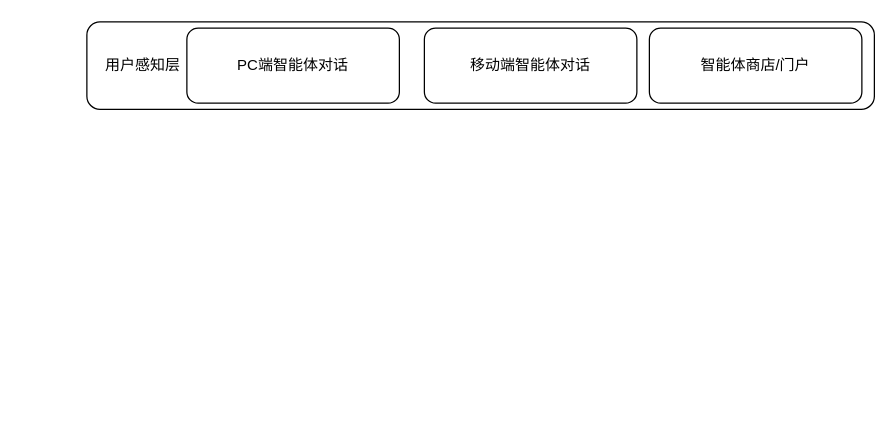
Qiuzg/fluent keeps this draw.io diagram as 瞳瞳AI.drawio. Above is the earlier version. Source tidied: cells renumbered, new cells numbered last; positions are measured from the earlier drawing's top-left corner, leaving out a move shared by most shapes. Both pictures are drawn from the tidied source at 125%, with x=0, y=0 at pixel (86, 21).
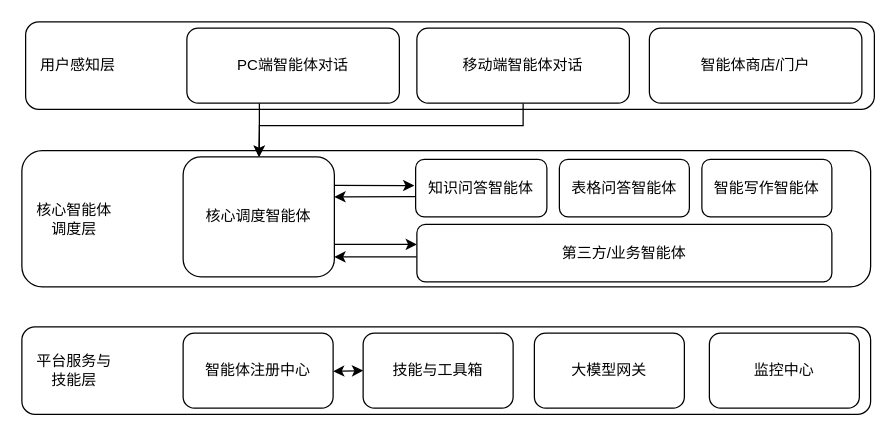
The same diagram, later.

The change refers to these unchanged cells:
```xml
<mxCell id="4" value="PC端智能体对话" style="rounded=1;whiteSpace=wrap;html=1;" parent="1" vertex="1">
  <mxGeometry x="80" y="5" width="170" height="60" as="geometry" />
</mxCell>
```

What changed in the source:
```diff
@@
+    <mxCell id="7" style="rounded=1;whiteSpace=wrap;html=1;" parent="1" vertex="1">
+      <mxGeometry x="-52" y="103" width="679" height="109" as="geometry" />
+    </mxCell>
     <mxCell id="2" style="rounded=1;whiteSpace=wrap;html=1;" parent="1" vertex="1">
-      <mxGeometry width="630" height="70" as="geometry" />
+      <mxGeometry x="-49" width="679" height="70" as="geometry" />
     </mxCell>
     <mxCell id="3" value="用户感知层" style="text;html=1;whiteSpace=wrap;strokeColor=none;fillColor=none;align=center;verticalAlign=middle;rounded=0;" parent="1" vertex="1">
-      <mxGeometry x="10" y="20" width="70" height="30" as="geometry" />
+      <mxGeometry x="-42" y="20" width="70" height="30" as="geometry" />
     </mxCell>
+    <mxCell id="8" style="edgeStyle=orthogonalEdgeStyle;rounded=0;jettySize=auto;html=1;entryX=0.5;entryY=0;entryDx=0;entryDy=0;" parent="1" edge="1" source="4" target="11">
+      <mxGeometry relative="1" as="geometry">
+        <Array as="points">
+          <mxPoint x="138" y="87" />
+          <mxPoint x="137" y="87" />
+        </Array>
+      </mxGeometry>
+    </mxCell>
@@
+    <mxCell id="9" style="edgeStyle=orthogonalEdgeStyle;rounded=0;jettySize=auto;html=1;" parent="1" edge="1" source="5" target="11">
+      <mxGeometry relative="1" as="geometry">
+        <Array as="points">
+          <mxPoint x="349" y="83" />
+          <mxPoint x="138" y="83" />
+        </Array>
+      </mxGeometry>
+    </mxCell>
     <mxCell id="5" value="移动端智能体对话" style="rounded=1;whiteSpace=wrap;html=1;" parent="1" vertex="1">
-      <mxGeometry x="270" y="5" width="170" height="60" as="geometry" />
+      <mxGeometry x="264" y="5" width="170" height="60" as="geometry" />
     </mxCell>
@@
+    <mxCell id="10" value="核心智能体调度层" style="text;html=1;whiteSpace=wrap;strokeColor=none;fillColor=none;align=center;verticalAlign=middle;rounded=0;" parent="1" vertex="1">
+      <mxGeometry x="-45" y="142.5" width="70" height="30" as="geometry" />
+    </mxCell>
+    <mxCell id="11" value="核心调度智能体" style="rounded=1;whiteSpace=wrap;html=1;" parent="1" vertex="1">
+      <mxGeometry x="77" y="108" width="121" height="96" as="geometry" />
+    </mxCell>
+    <mxCell id="12" value="知识问答智能体" style="rounded=1;whiteSpace=wrap;html=1;" parent="1" vertex="1">
+      <mxGeometry x="263" y="110" width="105" height="46" as="geometry" />
+    </mxCell>
+    <mxCell id="13" value="表格问答智能体" style="rounded=1;whiteSpace=wrap;html=1;" parent="1" vertex="1">
+      <mxGeometry x="378" y="110" width="104" height="46" as="geometry" />
+    </mxCell>
+    <mxCell id="14" value="智能写作智能体" style="rounded=1;whiteSpace=wrap;html=1;" parent="1" vertex="1">
+      <mxGeometry x="492" y="110" width="104" height="46" as="geometry" />
+    </mxCell>
+    <mxCell id="15" value="第三方/业务智能体" style="rounded=1;whiteSpace=wrap;html=1;" parent="1" vertex="1">
+      <mxGeometry x="264" y="162" width="332" height="46" as="geometry" />
+    </mxCell>
+    <mxCell id="16" style="rounded=1;whiteSpace=wrap;html=1;" parent="1" vertex="1">
+      <mxGeometry x="-52" y="244" width="679" height="70" as="geometry" />
+    </mxCell>
+    <mxCell id="17" value="平台服务与技能层" style="text;html=1;whiteSpace=wrap;strokeColor=none;fillColor=none;align=center;verticalAlign=middle;rounded=0;" parent="1" vertex="1">
+      <mxGeometry x="-45" y="264" width="70" height="30" as="geometry" />
+    </mxCell>
+    <mxCell id="18" value="智能体注册中心" style="rounded=1;whiteSpace=wrap;html=1;" parent="1" vertex="1">
+      <mxGeometry x="77" y="249" width="120" height="60" as="geometry" />
+    </mxCell>
+    <mxCell id="19" value="技能与工具箱" style="rounded=1;whiteSpace=wrap;html=1;" parent="1" vertex="1">
+      <mxGeometry x="221" y="249" width="120" height="60" as="geometry" />
+    </mxCell>
+    <mxCell id="20" value="大模型网关" style="rounded=1;whiteSpace=wrap;html=1;" parent="1" vertex="1">
+      <mxGeometry x="358" y="249" width="120" height="60" as="geometry" />
+    </mxCell>
+    <mxCell id="21" value="监控中心" style="rounded=1;whiteSpace=wrap;html=1;" parent="1" vertex="1">
+      <mxGeometry x="498" y="249" width="120" height="60" as="geometry" />
+    </mxCell>
+    <mxCell id="22" style="endArrow=classic;startArrow=classic;html=1;rounded=0;entryX=0;entryY=0.5;entryDx=0;entryDy=0;" parent="1" edge="1" target="19">
+      <mxGeometry relative="1" as="geometry">
+        <mxPoint x="197" y="279.5" as="sourcePoint" />
+      </mxGeometry>
+    </mxCell>
+    <mxCell id="23" style="endArrow=classic;html=1;rounded=0;exitX=1.003;exitY=0.237;exitDx=0;exitDy=0;exitPerimeter=0;entryX=-0.01;entryY=0.456;entryDx=0;entryDy=0;entryPerimeter=0;" parent="1" edge="1" source="11" target="12">
+      <mxGeometry relative="1" as="geometry" />
+    </mxCell>
+    <mxCell id="24" style="endArrow=classic;html=1;rounded=0;entryX=-0.01;entryY=0.456;entryDx=0;entryDy=0;entryPerimeter=0;" parent="1" edge="1">
+      <mxGeometry relative="1" as="geometry">
+        <mxPoint x="198" y="178" as="sourcePoint" />
+        <mxPoint x="264" y="178" as="targetPoint" />
+      </mxGeometry>
+    </mxCell>
+    <mxCell id="25" style="endArrow=classic;html=1;rounded=0;exitX=-0.003;exitY=0.648;exitDx=0;exitDy=0;exitPerimeter=0;" parent="1" edge="1" source="12">
+      <mxGeometry relative="1" as="geometry">
+        <mxPoint x="198" y="140" as="targetPoint" />
+      </mxGeometry>
+    </mxCell>
+    <mxCell id="26" style="endArrow=classic;html=1;rounded=0;exitX=-0.001;exitY=0.566;exitDx=0;exitDy=0;exitPerimeter=0;" parent="1" edge="1" source="15">
+      <mxGeometry relative="1" as="geometry">
+        <mxPoint x="198" y="188" as="targetPoint" />
+      </mxGeometry>
+    </mxCell>
```
